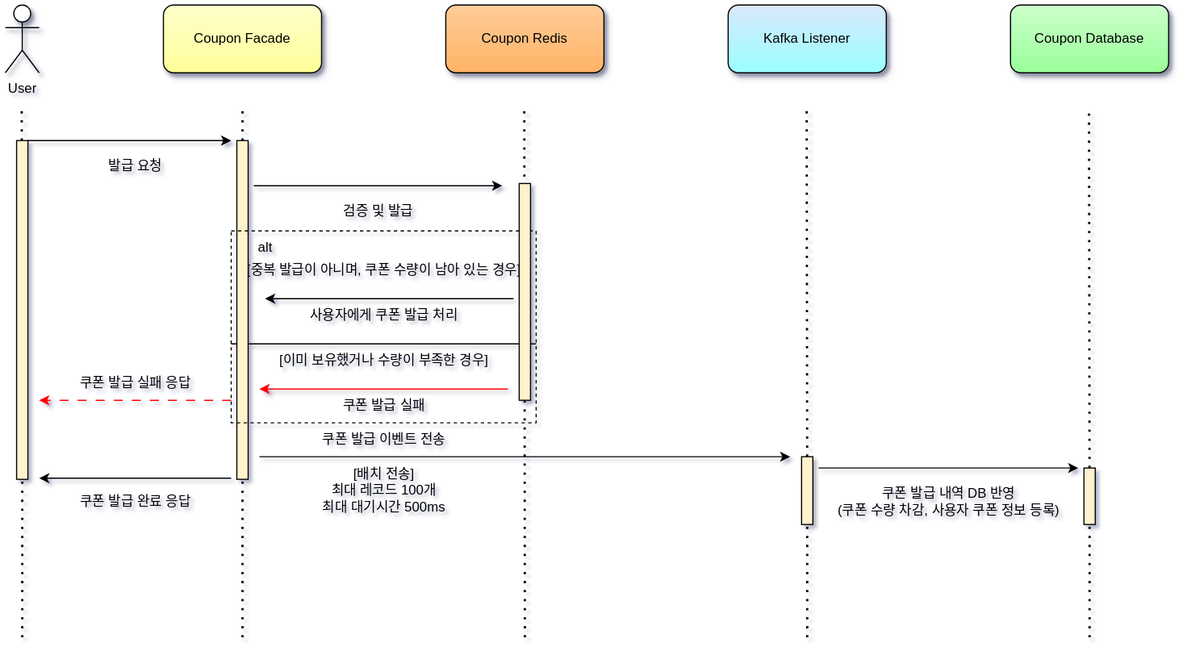
This is docs/coupon-issue-with-kafka/coupon-issue-sequence.drawio.svg from nmin11/hhplus-e-commerce, a draw.io export, as it was before one commit. Source tidied: cells renumbered, new cells last; positions are measured from the earlier drawing's top-left corner, leaving out a move shared by most shapes. The source it was exported from:
```xml
<mxGraphModel background="#ffffff" shadow="1">
  <root>
    <mxCell id="0" />
    <mxCell id="1" parent="0" />
    <mxCell id="2" value="User" style="shape=umlActor;verticalLabelPosition=bottom;verticalAlign=top;html=1;shadow=1;" parent="1" vertex="1">
      <mxGeometry width="30" height="60" as="geometry" />
    </mxCell>
    <mxCell id="3" value="Coupon Facade" style="rounded=1;whiteSpace=wrap;html=1;gradientColor=#FFFF99;fillColor=#FFFFCC;shadow=1;" parent="1" vertex="1">
      <mxGeometry x="140" width="140" height="60" as="geometry" />
    </mxCell>
    <mxCell id="4" style="endArrow=none;dashed=1;html=1;dashPattern=1 3;strokeWidth=2;rounded=0;" parent="1" edge="1">
      <mxGeometry relative="1" as="geometry">
        <mxPoint x="210" y="560" as="sourcePoint" />
        <mxPoint x="210" y="90" as="targetPoint" />
      </mxGeometry>
    </mxCell>
    <mxCell id="5" style="endArrow=none;dashed=1;html=1;dashPattern=1 3;strokeWidth=2;rounded=0;" parent="1" edge="1" source="25">
      <mxGeometry relative="1" as="geometry">
        <mxPoint x="14.5" y="90" as="targetPoint" />
      </mxGeometry>
    </mxCell>
    <mxCell id="6" style="endArrow=classic;html=1;rounded=0;" parent="1" edge="1">
      <mxGeometry relative="1" as="geometry">
        <mxPoint x="20" y="120" as="sourcePoint" />
        <mxPoint x="200" y="120" as="targetPoint" />
      </mxGeometry>
    </mxCell>
    <mxCell id="7" value="발급 요청" style="text;html=1;align=center;verticalAlign=middle;strokeColor=none;fillColor=none;" parent="1" vertex="1">
      <mxGeometry x="80" y="128" width="70" height="30" as="geometry" />
    </mxCell>
    <mxCell id="8" value="Coupon Redis" style="rounded=1;whiteSpace=wrap;html=1;gradientColor=#FFB366;fillColor=#FFCC99;shadow=1;glass=0;" parent="1" vertex="1">
      <mxGeometry x="390" width="140" height="60" as="geometry" />
    </mxCell>
    <mxCell id="9" style="endArrow=none;dashed=1;html=1;dashPattern=1 3;strokeWidth=2;rounded=0;" parent="1" edge="1">
      <mxGeometry relative="1" as="geometry">
        <mxPoint x="460" y="560" as="sourcePoint" />
        <mxPoint x="459.5" y="90" as="targetPoint" />
      </mxGeometry>
    </mxCell>
    <mxCell id="10" style="endArrow=classic;html=1;rounded=0;" parent="1" edge="1">
      <mxGeometry relative="1" as="geometry">
        <mxPoint x="220" y="160" as="sourcePoint" />
        <mxPoint x="440" y="160" as="targetPoint" />
      </mxGeometry>
    </mxCell>
    <mxCell id="11" value="검증 및 발급" style="text;html=1;align=center;verticalAlign=middle;strokeColor=none;fillColor=none;" parent="1" vertex="1">
      <mxGeometry x="290" y="168" width="80" height="30" as="geometry" />
    </mxCell>
    <mxCell id="12" value="alt" style="text;html=1;align=center;verticalAlign=middle;strokeColor=none;fillColor=none;" parent="1" vertex="1">
      <mxGeometry x="210" y="200" width="40" height="30" as="geometry" />
    </mxCell>
    <mxCell id="13" value="[중복 발급이 아니며, 쿠폰 수량이 남아 있는 경우]" style="text;html=1;align=center;verticalAlign=middle;strokeColor=none;fillColor=none;" parent="1" vertex="1">
      <mxGeometry x="210" y="220" width="250" height="30" as="geometry" />
    </mxCell>
    <mxCell id="14" style="endArrow=classic;html=1;rounded=0;" parent="1" edge="1">
      <mxGeometry relative="1" as="geometry">
        <mxPoint x="450" y="260" as="sourcePoint" />
        <mxPoint x="230" y="260" as="targetPoint" />
      </mxGeometry>
    </mxCell>
    <mxCell id="15" value="사용자에게 쿠폰 발급 처리" style="text;html=1;align=center;verticalAlign=middle;strokeColor=none;fillColor=none;" parent="1" vertex="1">
      <mxGeometry x="260" y="260" width="150" height="30" as="geometry" />
    </mxCell>
    <mxCell id="16" style="endArrow=none;html=1;rounded=0;" parent="1" edge="1">
      <mxGeometry relative="1" as="geometry">
        <mxPoint x="200" y="300" as="sourcePoint" />
        <mxPoint x="470" y="300" as="targetPoint" />
      </mxGeometry>
    </mxCell>
    <mxCell id="17" value="[이미 보유했거나 수량이 부족한 경우]" style="text;html=1;align=center;verticalAlign=middle;strokeColor=none;fillColor=none;" parent="1" vertex="1">
      <mxGeometry x="235" y="300" width="200" height="30" as="geometry" />
    </mxCell>
    <mxCell id="18" style="endArrow=classic;html=1;rounded=0;strokeColor=#FF0000;" parent="1" edge="1">
      <mxGeometry relative="1" as="geometry">
        <mxPoint x="445" y="340" as="sourcePoint" />
        <mxPoint x="225" y="340" as="targetPoint" />
      </mxGeometry>
    </mxCell>
    <mxCell id="19" value="쿠폰 발급 실패" style="text;html=1;align=center;verticalAlign=middle;strokeColor=none;fillColor=none;" parent="1" vertex="1">
      <mxGeometry x="290" y="340" width="90" height="30" as="geometry" />
    </mxCell>
    <mxCell id="20" value="Coupon Database" style="rounded=1;whiteSpace=wrap;html=1;gradientColor=#99FF99;fillColor=#CCFFCC;shadow=1;glass=0;" parent="1" vertex="1">
      <mxGeometry x="890" width="140" height="60" as="geometry" />
    </mxCell>
    <mxCell id="21" value="쿠폰 발급 내역 DB 반영&lt;br&gt;(쿠폰 수량 차감, 사용자 쿠폰 정보 등록)" style="text;html=1;align=center;verticalAlign=middle;strokeColor=none;fillColor=none;" parent="1" vertex="1">
      <mxGeometry x="730" y="420" width="210" height="40" as="geometry" />
    </mxCell>
    <mxCell id="22" style="endArrow=classic;html=1;rounded=0;" parent="1" edge="1">
      <mxGeometry relative="1" as="geometry">
        <mxPoint x="200" y="419" as="sourcePoint" />
        <mxPoint x="30" y="419" as="targetPoint" />
      </mxGeometry>
    </mxCell>
    <mxCell id="23" value="쿠폰 발급 완료 응답" style="text;html=1;align=center;verticalAlign=middle;strokeColor=none;fillColor=none;" parent="1" vertex="1">
      <mxGeometry x="55" y="425" width="120" height="30" as="geometry" />
    </mxCell>
    <mxCell id="24" style="endArrow=none;dashed=1;html=1;dashPattern=1 3;strokeWidth=2;rounded=0;" parent="1" edge="1" target="25">
      <mxGeometry relative="1" as="geometry">
        <mxPoint x="15" y="560" as="sourcePoint" />
      </mxGeometry>
    </mxCell>
    <mxCell id="25" style="rounded=0;whiteSpace=wrap;html=1;fillColor=#fff2cc;strokeColor=#000000;" parent="1" vertex="1">
      <mxGeometry x="10" y="120" width="10" height="300" as="geometry" />
    </mxCell>
    <mxCell id="26" style="rounded=0;whiteSpace=wrap;html=1;fillColor=#fff2cc;strokeColor=#000000;" parent="1" vertex="1">
      <mxGeometry x="205" y="120" width="10" height="300" as="geometry" />
    </mxCell>
    <mxCell id="27" style="rounded=0;whiteSpace=wrap;html=1;dashed=1;fillColor=none;" parent="1" vertex="1">
      <mxGeometry x="200" y="200" width="270" height="170" as="geometry" />
    </mxCell>
    <mxCell id="28" style="rounded=0;whiteSpace=wrap;html=1;fillColor=#fff2cc;strokeColor=#000000;" parent="1" vertex="1">
      <mxGeometry x="455" y="158" width="10" height="192" as="geometry" />
    </mxCell>
    <mxCell id="29" style="endArrow=classic;html=1;rounded=0;dashed=1;dashPattern=8 8;strokeColor=#FF0000;" parent="1" edge="1">
      <mxGeometry relative="1" as="geometry">
        <mxPoint x="200" y="350" as="sourcePoint" />
        <mxPoint x="30" y="350" as="targetPoint" />
      </mxGeometry>
    </mxCell>
    <mxCell id="30" value="쿠폰 발급 실패 응답" style="text;html=1;align=center;verticalAlign=middle;strokeColor=none;fillColor=none;" parent="1" vertex="1">
      <mxGeometry x="55" y="320" width="120" height="30" as="geometry" />
    </mxCell>
    <mxCell id="31" value="Kafka Listener" style="rounded=1;whiteSpace=wrap;html=1;fillColor=#dae8fc;shadow=1;glass=0;strokeColor=#000000;gradientColor=#99FFFF;" parent="1" vertex="1">
      <mxGeometry x="640" width="140" height="60" as="geometry" />
    </mxCell>
    <mxCell id="32" style="endArrow=none;dashed=1;html=1;dashPattern=1 3;strokeWidth=2;rounded=0;" parent="1" edge="1" source="41">
      <mxGeometry relative="1" as="geometry">
        <mxPoint x="709.5" y="90" as="targetPoint" />
      </mxGeometry>
    </mxCell>
    <mxCell id="33" style="endArrow=classic;html=1;rounded=0;" parent="1" edge="1">
      <mxGeometry relative="1" as="geometry">
        <mxPoint x="225" y="400" as="sourcePoint" />
        <mxPoint x="695" y="400" as="targetPoint" />
      </mxGeometry>
    </mxCell>
    <mxCell id="34" value="쿠폰 발급 이벤트 전송" style="text;html=1;align=center;verticalAlign=middle;strokeColor=none;fillColor=none;" parent="1" vertex="1">
      <mxGeometry x="270" y="370" width="130" height="30" as="geometry" />
    </mxCell>
    <mxCell id="35" style="endArrow=none;dashed=1;html=1;dashPattern=1 3;strokeWidth=2;rounded=0;" parent="1" edge="1" source="38">
      <mxGeometry relative="1" as="geometry">
        <mxPoint x="959.5" y="90" as="targetPoint" />
      </mxGeometry>
    </mxCell>
    <mxCell id="36" style="endArrow=classic;html=1;rounded=0;" parent="1" edge="1">
      <mxGeometry relative="1" as="geometry">
        <mxPoint x="720" y="410" as="sourcePoint" />
        <mxPoint x="950" y="410" as="targetPoint" />
      </mxGeometry>
    </mxCell>
    <mxCell id="37" style="endArrow=none;dashed=1;html=1;dashPattern=1 3;strokeWidth=2;rounded=0;" parent="1" edge="1" target="38">
      <mxGeometry relative="1" as="geometry">
        <mxPoint x="960" y="560" as="sourcePoint" />
      </mxGeometry>
    </mxCell>
    <mxCell id="38" style="rounded=0;whiteSpace=wrap;html=1;fillColor=#fff2cc;strokeColor=#000000;" parent="1" vertex="1">
      <mxGeometry x="955" y="410" width="10" height="50" as="geometry" />
    </mxCell>
    <mxCell id="39" value="[배치 전송]&lt;br&gt;최대 레코드 100개&lt;br&gt;최대 대기시간 500ms" style="text;html=1;align=center;verticalAlign=middle;strokeColor=none;fillColor=none;" parent="1" vertex="1">
      <mxGeometry x="270" y="400" width="130" height="60" as="geometry" />
    </mxCell>
    <mxCell id="40" style="endArrow=none;dashed=1;html=1;dashPattern=1 3;strokeWidth=2;rounded=0;" parent="1" edge="1" target="41">
      <mxGeometry relative="1" as="geometry">
        <mxPoint x="710" y="560" as="sourcePoint" />
      </mxGeometry>
    </mxCell>
    <mxCell id="41" style="rounded=0;whiteSpace=wrap;html=1;fillColor=#fff2cc;strokeColor=#000000;" parent="1" vertex="1">
      <mxGeometry x="705" y="400" width="10" height="60" as="geometry" />
    </mxCell>
  </root>
</mxGraphModel>
```
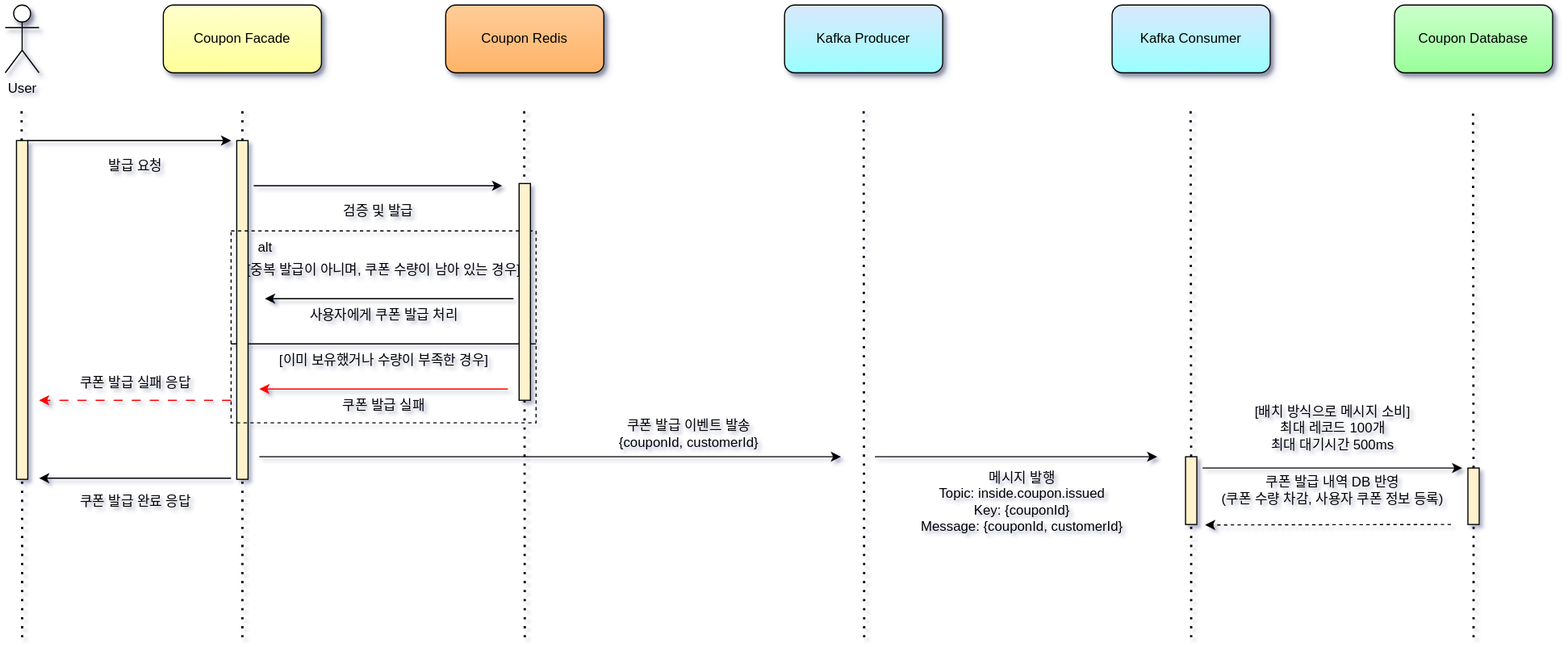
Later version of the same file.

Commit message:
docs: Kafka 도입 후의 sequence diagram 보강

Change to the diagram source:
```diff
@@ -80,10 +80,10 @@
       <mxGeometry x="290" y="340" width="90" height="30" as="geometry" />
     </mxCell>
     <mxCell id="20" value="Coupon Database" style="rounded=1;whiteSpace=wrap;html=1;gradientColor=#99FF99;fillColor=#CCFFCC;shadow=1;glass=0;" parent="1" vertex="1">
-      <mxGeometry x="890" width="140" height="60" as="geometry" />
+      <mxGeometry x="1230" width="140" height="60" as="geometry" />
     </mxCell>
     <mxCell id="21" value="쿠폰 발급 내역 DB 반영&lt;br&gt;(쿠폰 수량 차감, 사용자 쿠폰 정보 등록)" style="text;html=1;align=center;verticalAlign=middle;strokeColor=none;fillColor=none;" parent="1" vertex="1">
-      <mxGeometry x="730" y="420" width="210" height="40" as="geometry" />
+      <mxGeometry x="1070" y="410" width="210" height="40" as="geometry" />
     </mxCell>
     <mxCell id="22" style="endArrow=classic;html=1;rounded=0;" parent="1" edge="1">
       <mxGeometry relative="1" as="geometry">
@@ -120,52 +120,76 @@
     <mxCell id="30" value="쿠폰 발급 실패 응답" style="text;html=1;align=center;verticalAlign=middle;strokeColor=none;fillColor=none;" parent="1" vertex="1">
       <mxGeometry x="55" y="320" width="120" height="30" as="geometry" />
     </mxCell>
-    <mxCell id="31" value="Kafka Listener" style="rounded=1;whiteSpace=wrap;html=1;fillColor=#dae8fc;shadow=1;glass=0;strokeColor=#000000;gradientColor=#99FFFF;" parent="1" vertex="1">
-      <mxGeometry x="640" width="140" height="60" as="geometry" />
+    <mxCell id="31" value="Kafka Consumer" style="rounded=1;whiteSpace=wrap;html=1;fillColor=#dae8fc;shadow=1;glass=0;strokeColor=#000000;gradientColor=#99FFFF;" parent="1" vertex="1">
+      <mxGeometry x="980" width="140" height="60" as="geometry" />
     </mxCell>
     <mxCell id="32" style="endArrow=none;dashed=1;html=1;dashPattern=1 3;strokeWidth=2;rounded=0;" parent="1" edge="1" source="41">
       <mxGeometry relative="1" as="geometry">
-        <mxPoint x="709.5" y="90" as="targetPoint" />
+        <mxPoint x="1049.5" y="90" as="targetPoint" />
       </mxGeometry>
     </mxCell>
     <mxCell id="33" style="endArrow=classic;html=1;rounded=0;" parent="1" edge="1">
       <mxGeometry relative="1" as="geometry">
         <mxPoint x="225" y="400" as="sourcePoint" />
-        <mxPoint x="695" y="400" as="targetPoint" />
+        <mxPoint x="740" y="400" as="targetPoint" />
       </mxGeometry>
     </mxCell>
-    <mxCell id="34" value="쿠폰 발급 이벤트 전송" style="text;html=1;align=center;verticalAlign=middle;strokeColor=none;fillColor=none;" parent="1" vertex="1">
-      <mxGeometry x="270" y="370" width="130" height="30" as="geometry" />
-    </mxCell>
     <mxCell id="35" style="endArrow=none;dashed=1;html=1;dashPattern=1 3;strokeWidth=2;rounded=0;" parent="1" edge="1" source="38">
       <mxGeometry relative="1" as="geometry">
-        <mxPoint x="959.5" y="90" as="targetPoint" />
+        <mxPoint x="1299.5" y="90" as="targetPoint" />
       </mxGeometry>
     </mxCell>
     <mxCell id="36" style="endArrow=classic;html=1;rounded=0;" parent="1" edge="1">
       <mxGeometry relative="1" as="geometry">
-        <mxPoint x="720" y="410" as="sourcePoint" />
-        <mxPoint x="950" y="410" as="targetPoint" />
+        <mxPoint x="1060" y="410" as="sourcePoint" />
+        <mxPoint x="1290" y="410" as="targetPoint" />
       </mxGeometry>
     </mxCell>
     <mxCell id="37" style="endArrow=none;dashed=1;html=1;dashPattern=1 3;strokeWidth=2;rounded=0;" parent="1" edge="1" target="38">
       <mxGeometry relative="1" as="geometry">
-        <mxPoint x="960" y="560" as="sourcePoint" />
+        <mxPoint x="1300" y="560" as="sourcePoint" />
       </mxGeometry>
     </mxCell>
     <mxCell id="38" style="rounded=0;whiteSpace=wrap;html=1;fillColor=#fff2cc;strokeColor=#000000;" parent="1" vertex="1">
-      <mxGeometry x="955" y="410" width="10" height="50" as="geometry" />
+      <mxGeometry x="1295" y="410" width="10" height="50" as="geometry" />
     </mxCell>
-    <mxCell id="39" value="[배치 전송]&lt;br&gt;최대 레코드 100개&lt;br&gt;최대 대기시간 500ms" style="text;html=1;align=center;verticalAlign=middle;strokeColor=none;fillColor=none;" parent="1" vertex="1">
-      <mxGeometry x="270" y="400" width="130" height="60" as="geometry" />
+    <mxCell id="39" value="[배치 방식으로 메시지 소비]&lt;br&gt;최대 레코드 100개&lt;br&gt;최대 대기시간 500ms" style="text;html=1;align=center;verticalAlign=middle;strokeColor=none;fillColor=none;" parent="1" vertex="1">
+      <mxGeometry x="1100" y="345" width="150" height="60" as="geometry" />
     </mxCell>
     <mxCell id="40" style="endArrow=none;dashed=1;html=1;dashPattern=1 3;strokeWidth=2;rounded=0;" parent="1" edge="1" target="41">
       <mxGeometry relative="1" as="geometry">
-        <mxPoint x="710" y="560" as="sourcePoint" />
+        <mxPoint x="1050" y="560" as="sourcePoint" />
       </mxGeometry>
     </mxCell>
     <mxCell id="41" style="rounded=0;whiteSpace=wrap;html=1;fillColor=#fff2cc;strokeColor=#000000;" parent="1" vertex="1">
-      <mxGeometry x="705" y="400" width="10" height="60" as="geometry" />
+      <mxGeometry x="1045" y="400" width="10" height="60" as="geometry" />
     </mxCell>
+    <mxCell id="42" value="Kafka Producer" style="rounded=1;whiteSpace=wrap;html=1;fillColor=#dae8fc;shadow=1;glass=0;strokeColor=#000000;gradientColor=#99FFFF;" parent="1" vertex="1">
+      <mxGeometry x="690" width="140" height="60" as="geometry" />
+    </mxCell>
+    <mxCell id="43" style="endArrow=none;dashed=1;html=1;dashPattern=1 3;strokeWidth=2;rounded=0;" parent="1" edge="1">
+      <mxGeometry relative="1" as="geometry">
+        <mxPoint x="760.5" y="560" as="sourcePoint" />
+        <mxPoint x="760" y="90" as="targetPoint" />
+      </mxGeometry>
+    </mxCell>
+    <mxCell id="44" value="쿠폰 발급 이벤트 발송&lt;br&gt;{couponId, customerId}" style="text;html=1;align=center;verticalAlign=middle;strokeColor=none;fillColor=none;" parent="1" vertex="1">
+      <mxGeometry x="530" y="360" width="150" height="40" as="geometry" />
+    </mxCell>
+    <mxCell id="45" style="endArrow=classic;html=1;rounded=0;" parent="1" edge="1">
+      <mxGeometry relative="1" as="geometry">
+        <mxPoint x="770" y="400" as="sourcePoint" />
+        <mxPoint x="1020" y="400" as="targetPoint" />
+      </mxGeometry>
+    </mxCell>
+    <mxCell id="46" value="메시지 발행&lt;br&gt;&lt;div&gt;Topic: inside.coupon.issued&lt;/div&gt;&lt;div&gt;Key: {couponId}&lt;/div&gt;&lt;div&gt;Message: {couponId, customerId}&lt;/div&gt;" style="text;html=1;align=center;verticalAlign=middle;strokeColor=none;fillColor=none;" parent="1" vertex="1">
+      <mxGeometry x="800" y="405" width="200" height="70" as="geometry" />
+    </mxCell>
+    <mxCell id="47" style="endArrow=classic;html=1;rounded=0;dashed=1;" parent="1" edge="1">
+      <mxGeometry relative="1" as="geometry">
+        <mxPoint x="1280" y="460" as="sourcePoint" />
+        <mxPoint x="1062.3" y="460.4" as="targetPoint" />
+      </mxGeometry>
+    </mxCell>
   </root>
 </mxGraphModel>
```
